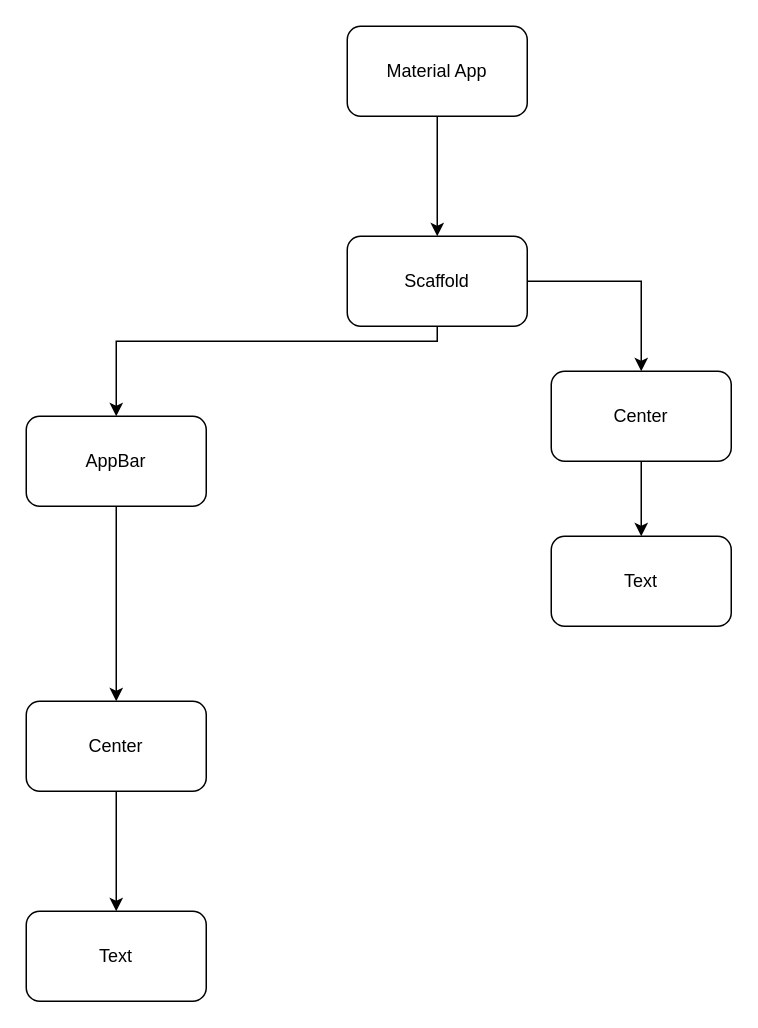
This is startup_namer_flutter.drawio from jakansha2001/FlutterProjectsPractice, a draw.io file, before an edit. Source tidied: cells renumbered, new cells numbered last; positions are measured from the earlier drawing's top-left corner, leaving out a move shared by most shapes. Both pictures are drawn from the tidied source at 150%, with x=0, y=0 at pixel (26, 26).
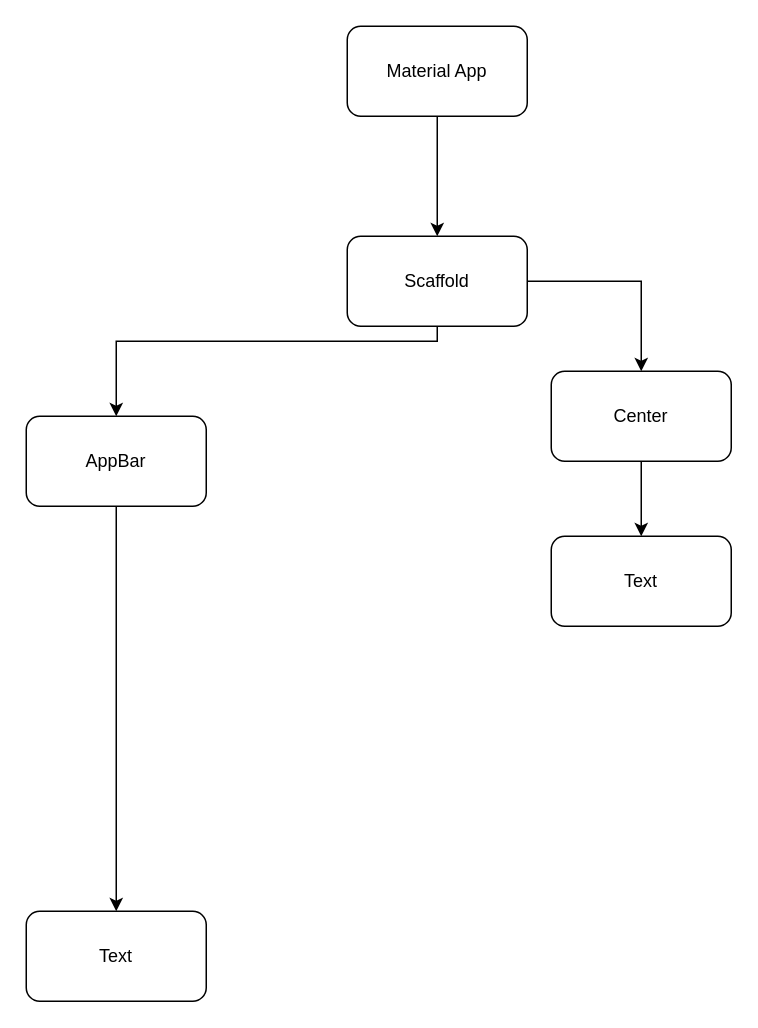
Above is the later version.

The edit, as a diff of the source:
```diff
@@
 <mxGraphModel>
   <root>
     <mxCell id="0" />
     <mxCell id="1" parent="0" />
     <mxCell id="2" style="edgeStyle=orthogonalEdgeStyle;rounded=0;jettySize=auto;html=1;" parent="1" edge="1" source="3" target="6">
       <mxGeometry relative="1" as="geometry" />
     </mxCell>
     <mxCell id="3" value="Material App" style="rounded=1;whiteSpace=wrap;html=1;" parent="1" vertex="1">
       <mxGeometry x="214" width="120" height="60" as="geometry" />
     </mxCell>
     <mxCell id="4" style="edgeStyle=orthogonalEdgeStyle;rounded=0;jettySize=auto;html=1;entryX=0.5;entryY=0;entryDx=0;entryDy=0;" parent="1" edge="1" source="6" target="8">
       <mxGeometry relative="1" as="geometry">
         <Array as="points">
           <mxPoint x="274" y="210" />
           <mxPoint x="60" y="210" />
         </Array>
       </mxGeometry>
     </mxCell>
     <mxCell id="5" style="edgeStyle=orthogonalEdgeStyle;rounded=0;jettySize=auto;html=1;" parent="1" edge="1" source="6" target="10">
       <mxGeometry relative="1" as="geometry" />
     </mxCell>
     <mxCell id="6" value="Scaffold" style="whiteSpace=wrap;html=1;rounded=1;" parent="1" vertex="1">
       <mxGeometry x="214" y="140" width="120" height="60" as="geometry" />
     </mxCell>
-    <mxCell id="7" style="edgeStyle=orthogonalEdgeStyle;rounded=0;jettySize=auto;html=1;" parent="1" edge="1" source="8">
-      <mxGeometry relative="1" as="geometry">
-        <mxPoint x="60" y="450" as="targetPoint" />
-      </mxGeometry>
-    </mxCell>
     <mxCell id="8" value="AppBar" style="whiteSpace=wrap;html=1;rounded=1;" parent="1" vertex="1">
       <mxGeometry y="260" width="120" height="60" as="geometry" />
     </mxCell>
     <mxCell id="9" style="edgeStyle=orthogonalEdgeStyle;rounded=0;jettySize=auto;html=1;" parent="1" edge="1" source="10" target="11">
       <mxGeometry relative="1" as="geometry" />
     </mxCell>
     <mxCell id="10" value="Center" style="whiteSpace=wrap;html=1;rounded=1;" parent="1" vertex="1">
       <mxGeometry x="350" y="230" width="120" height="60" as="geometry" />
     </mxCell>
     <mxCell id="11" value="Text" style="whiteSpace=wrap;html=1;rounded=1;" parent="1" vertex="1">
       <mxGeometry x="350" y="340" width="120" height="60" as="geometry" />
     </mxCell>
-    <mxCell id="12" style="edgeStyle=orthogonalEdgeStyle;rounded=0;jettySize=auto;html=1;" parent="1" edge="1" source="13" target="14">
+    <mxCell id="12" style="edgeStyle=orthogonalEdgeStyle;rounded=0;jettySize=auto;html=1;" parent="1" edge="1" source="8" target="14">
       <mxGeometry relative="1" as="geometry" />
     </mxCell>
-    <mxCell id="13" value="Center" style="whiteSpace=wrap;html=1;rounded=1;" parent="1" vertex="1">
-      <mxGeometry y="450" width="120" height="60" as="geometry" />
-    </mxCell>
     <mxCell id="14" value="Text" style="whiteSpace=wrap;html=1;rounded=1;" parent="1" vertex="1">
       <mxGeometry y="590" width="120" height="60" as="geometry" />
     </mxCell>
   </root>
 </mxGraphModel>
```
